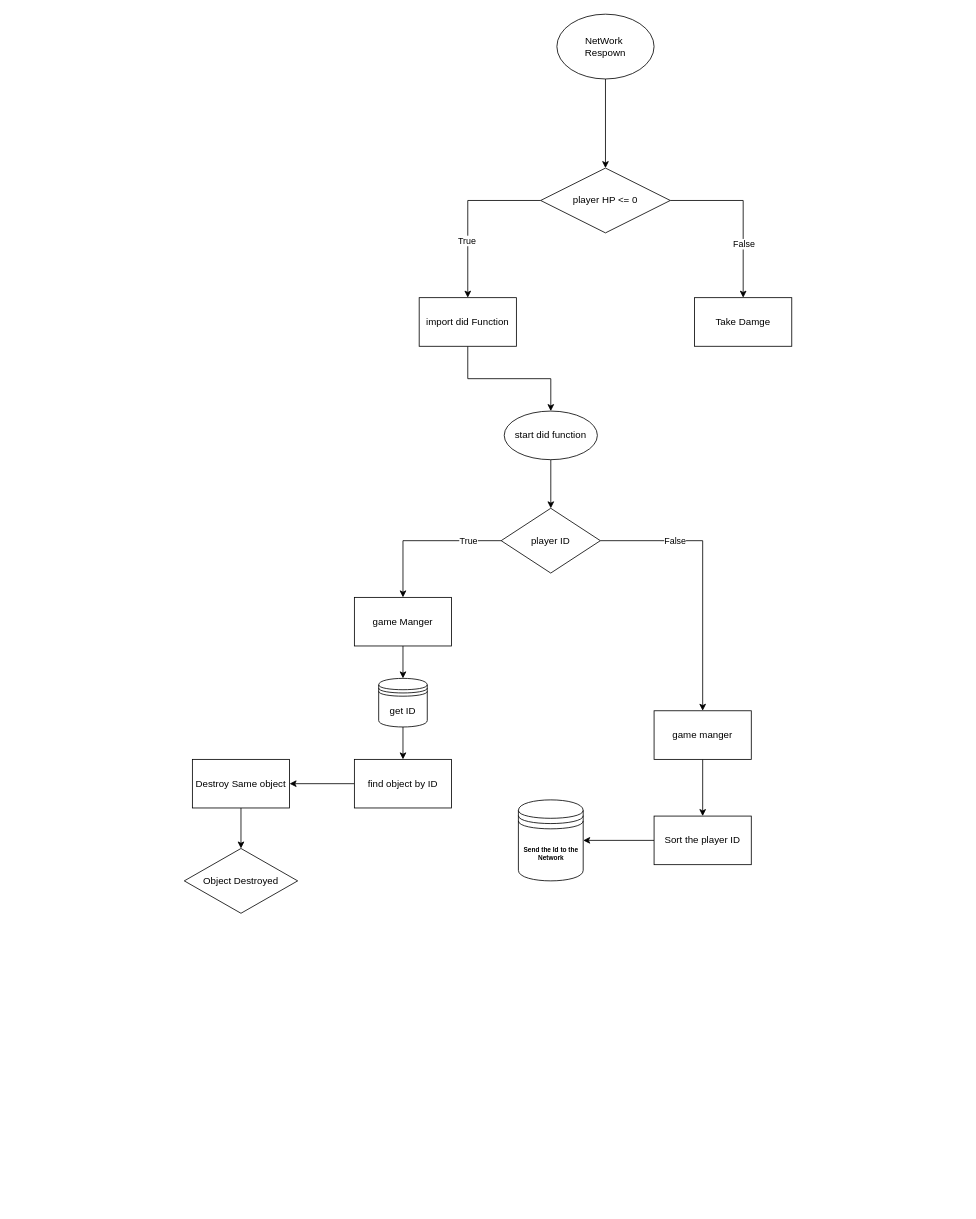
Before: Netzork Respozn.drawio in heroassem/my_algo, a draw.io diagram. Source tidied: cells renumbered, new cells numbered last; positions are measured from the earlier drawing's top-left corner, leaving out a move shared by most shapes. Both pictures are drawn from the tidied source at 81%, with x=0, y=0 at pixel (184, 14).
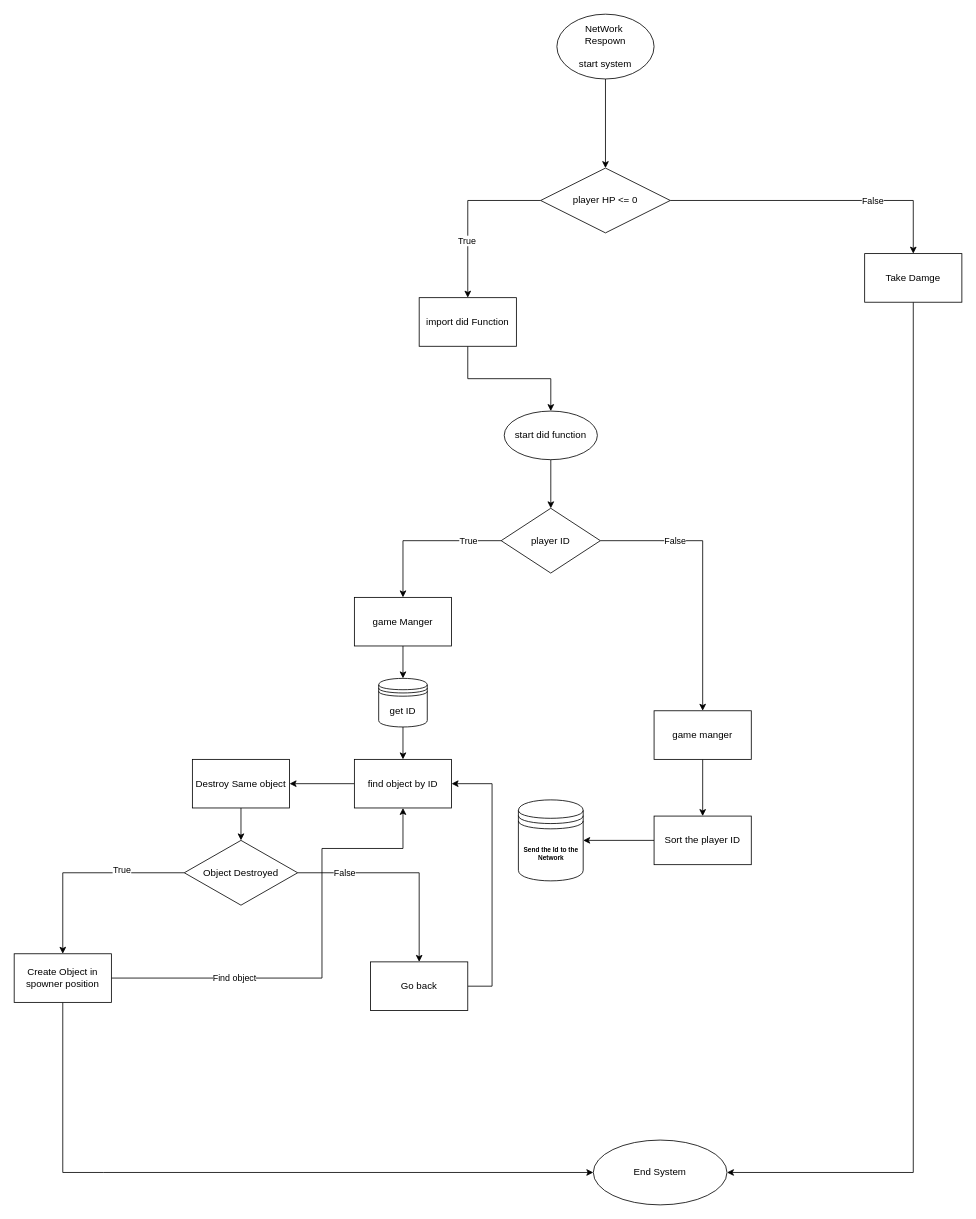
The same diagram, later.

Unchanged cells that the change refers to:
```xml
<mxCell id="29" value="find object by ID" style="whiteSpace=wrap;html=1;" parent="1" vertex="1">
  <mxGeometry x="210" y="920" width="120" height="60" as="geometry" />
</mxCell>
```

Change to the diagram source:
```diff
@@
-    <mxCell id="3" value="NetWork&amp;nbsp;&lt;div&gt;Respown&lt;/div&gt;" style="ellipse;whiteSpace=wrap;html=1;" parent="1" vertex="1">
+    <mxCell id="3" value="NetWork&amp;nbsp;&lt;div&gt;Respown&lt;/div&gt;&lt;div&gt;&lt;br&gt;&lt;/div&gt;&lt;div&gt;start system&lt;/div&gt;" style="ellipse;whiteSpace=wrap;html=1;" parent="1" vertex="1">
       <mxGeometry x="460" width="120" height="80" as="geometry" />
     </mxCell>
@@
+    <mxCell id="33" style="edgeStyle=orthogonalEdgeStyle;rounded=0;jettySize=auto;html=1;entryX=1;entryY=0.5;entryDx=0;entryDy=0;" parent="1" edge="1" source="11" target="44">
+      <mxGeometry relative="1" as="geometry">
+        <Array as="points">
+          <mxPoint x="900" y="1430" />
+        </Array>
+      </mxGeometry>
+    </mxCell>
     <mxCell id="11" value="Take Damge" style="whiteSpace=wrap;html=1;" parent="1" vertex="1">
-      <mxGeometry x="630" y="350" width="120" height="60" as="geometry" />
+      <mxGeometry x="840" y="295.6" width="120" height="60" as="geometry" />
     </mxCell>
@@
+    <mxCell id="34" style="edgeStyle=orthogonalEdgeStyle;rounded=0;jettySize=auto;html=1;" parent="1" edge="1" source="32" target="39">
+      <mxGeometry relative="1" as="geometry" />
+    </mxCell>
+    <mxCell id="35" value="False" style="edgeLabel;html=1;align=center;verticalAlign=middle;" parent="34" vertex="1">
+      <mxGeometry x="-0.56" relative="1" as="geometry" />
+    </mxCell>
+    <mxCell id="36" style="edgeStyle=orthogonalEdgeStyle;rounded=0;jettySize=auto;html=1;" parent="1" edge="1" source="32" target="43">
+      <mxGeometry relative="1" as="geometry" />
+    </mxCell>
+    <mxCell id="37" value="True&lt;div&gt;&lt;br&gt;&lt;/div&gt;" style="edgeLabel;html=1;align=center;verticalAlign=middle;" parent="36" vertex="1">
+      <mxGeometry x="-0.38" y="3" relative="1" as="geometry" />
+    </mxCell>
     <mxCell id="32" value="Object Destroyed" style="rhombus;whiteSpace=wrap;html=1;" parent="1" vertex="1">
-      <mxGeometry y="1030" width="140" height="80" as="geometry" />
+      <mxGeometry y="1020" width="140" height="80" as="geometry" />
     </mxCell>
+    <mxCell id="38" style="edgeStyle=orthogonalEdgeStyle;rounded=0;jettySize=auto;html=1;entryX=1;entryY=0.5;entryDx=0;entryDy=0;exitX=1;exitY=0.5;exitDx=0;exitDy=0;" parent="1" edge="1" source="39" target="29">
+      <mxGeometry relative="1" as="geometry">
+        <Array as="points">
+          <mxPoint x="380" y="1200" />
+          <mxPoint x="380" y="950" />
+        </Array>
+      </mxGeometry>
+    </mxCell>
+    <mxCell id="39" value="Go back" style="whiteSpace=wrap;html=1;" parent="1" vertex="1">
+      <mxGeometry x="230" y="1170" width="120" height="60" as="geometry" />
+    </mxCell>
+    <mxCell id="40" style="edgeStyle=orthogonalEdgeStyle;rounded=0;jettySize=auto;html=1;entryX=0.5;entryY=1;entryDx=0;entryDy=0;" parent="1" edge="1" source="43" target="29">
+      <mxGeometry relative="1" as="geometry">
+        <Array as="points">
+          <mxPoint x="170" y="1190" />
+          <mxPoint x="170" y="1030" />
+          <mxPoint x="270" y="1030" />
+        </Array>
+      </mxGeometry>
+    </mxCell>
+    <mxCell id="41" value="Find object" style="edgeLabel;html=1;align=center;verticalAlign=middle;" parent="40" vertex="1">
+      <mxGeometry x="-0.47" y="1" relative="1" as="geometry" />
+    </mxCell>
+    <mxCell id="42" style="edgeStyle=orthogonalEdgeStyle;rounded=0;jettySize=auto;html=1;" parent="1" edge="1" source="43" target="44">
+      <mxGeometry relative="1" as="geometry">
+        <Array as="points">
+          <mxPoint x="-150" y="1430" />
+          <mxPoint x="-100" y="1430" />
+        </Array>
+      </mxGeometry>
+    </mxCell>
+    <mxCell id="43" value="Create Object in spowner position" style="whiteSpace=wrap;html=1;" parent="1" vertex="1">
+      <mxGeometry x="-210" y="1160" width="120" height="60" as="geometry" />
+    </mxCell>
+    <mxCell id="44" value="End System" style="ellipse;whiteSpace=wrap;html=1;" parent="1" vertex="1">
+      <mxGeometry x="505" y="1390" width="165" height="80" as="geometry" />
+    </mxCell>
```
